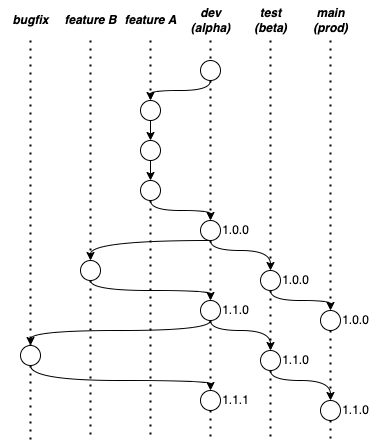
Before: img/tesi-13-branching.drawio.png, a diagram exported from draw.io (paganellif/tesi-paganelli). Source tidied: cells renumbered, new cells last; positions are measured from the earlier drawing's top-left corner, leaving out a move shared by most shapes.
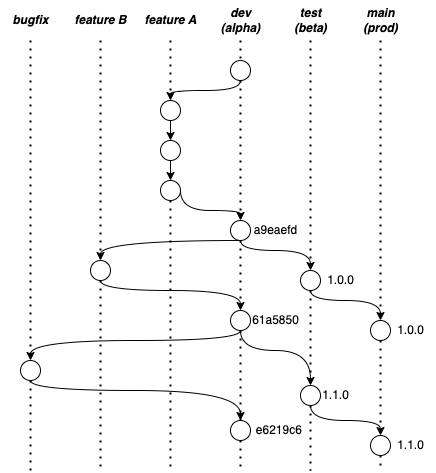
The same diagram one commit later.

What changed in the source:
```diff
@@ -4,7 +4,7 @@
     <mxCell id="1" parent="0" />
     <mxCell id="2" style="endArrow=none;dashed=1;html=1;dashPattern=1 3;strokeWidth=2;rounded=0;startArrow=none;" parent="1" edge="1" source="51">
       <mxGeometry relative="1" as="geometry">
-        <mxPoint x="210" y="440" as="targetPoint" />
+        <mxPoint x="210" y="470" as="targetPoint" />
       </mxGeometry>
     </mxCell>
     <mxCell id="3" value="&lt;b&gt;&lt;i&gt;dev&lt;br&gt;(alpha)&lt;br&gt;&lt;/i&gt;&lt;/b&gt;" style="text;html=1;align=center;verticalAlign=middle;strokeColor=none;fillColor=none;" parent="1" vertex="1">
@@ -12,32 +12,33 @@
     </mxCell>
     <mxCell id="4" style="endArrow=none;dashed=1;html=1;dashPattern=1 3;strokeWidth=2;rounded=0;startArrow=none;" parent="1" edge="1" source="38">
       <mxGeometry relative="1" as="geometry">
-        <mxPoint x="270" y="440" as="targetPoint" />
+        <mxPoint x="280" y="470" as="targetPoint" />
       </mxGeometry>
     </mxCell>
     <mxCell id="5" style="endArrow=none;dashed=1;html=1;dashPattern=1 3;strokeWidth=2;rounded=0;startArrow=none;" parent="1" edge="1" source="53">
       <mxGeometry relative="1" as="geometry">
-        <mxPoint x="330" y="440" as="targetPoint" />
+        <mxPoint x="350" y="470" as="targetPoint" />
       </mxGeometry>
     </mxCell>
     <mxCell id="6" value="&lt;b&gt;&lt;i&gt;test&lt;br&gt;(beta)&lt;br&gt;&lt;/i&gt;&lt;/b&gt;" style="text;html=1;align=center;verticalAlign=middle;strokeColor=none;fillColor=none;" parent="1" vertex="1">
-      <mxGeometry x="240" width="60" height="40" as="geometry" />
+      <mxGeometry x="250" width="60" height="40" as="geometry" />
     </mxCell>
     <mxCell id="7" value="&lt;b&gt;&lt;i&gt;main&lt;br&gt;(prod)&lt;br&gt;&lt;/i&gt;&lt;/b&gt;" style="text;html=1;align=center;verticalAlign=middle;strokeColor=none;fillColor=none;" parent="1" vertex="1">
-      <mxGeometry x="300" width="60" height="40" as="geometry" />
+      <mxGeometry x="320" width="60" height="40" as="geometry" />
     </mxCell>
     <mxCell id="8" style="endArrow=none;dashed=1;html=1;dashPattern=1 3;strokeWidth=2;rounded=0;startArrow=none;" parent="1" edge="1" source="18">
       <mxGeometry relative="1" as="geometry">
-        <mxPoint x="150" y="440" as="targetPoint" />
+        <mxPoint x="140" y="470" as="targetPoint" />
       </mxGeometry>
     </mxCell>
     <mxCell id="9" value="&lt;b&gt;&lt;i&gt;feature A&lt;/i&gt;&lt;/b&gt;" style="text;html=1;align=center;verticalAlign=middle;strokeColor=none;fillColor=none;" parent="1" vertex="1">
-      <mxGeometry x="110" y="5" width="80" height="30" as="geometry" />
+      <mxGeometry x="100" y="5" width="80" height="30" as="geometry" />
     </mxCell>
-    <mxCell id="10" style="edgeStyle=orthogonalEdgeStyle;rounded=0;jettySize=auto;html=1;startArrow=none;startFill=0;curved=1;exitX=0.5;exitY=1;exitDx=0;exitDy=0;" parent="1" edge="1" source="11" target="13">
+    <mxCell id="10" style="edgeStyle=orthogonalEdgeStyle;rounded=0;jettySize=auto;html=1;startArrow=none;startFill=0;curved=1;exitX=0.5;exitY=1;exitDx=0;exitDy=0;entryX=0.5;entryY=0;entryDx=0;entryDy=0;" parent="1" edge="1" source="11" target="13">
       <mxGeometry relative="1" as="geometry">
         <Array as="points">
-          <mxPoint x="150" y="90" />
+          <mxPoint x="210" y="90" />
+          <mxPoint x="140" y="90" />
         </Array>
       </mxGeometry>
     </mxCell>
@@ -50,15 +51,15 @@
       </mxGeometry>
     </mxCell>
     <mxCell id="13" style="ellipse;whiteSpace=wrap;html=1;" parent="1" vertex="1">
-      <mxGeometry x="140" y="100" width="20" height="20" as="geometry" />
+      <mxGeometry x="130" y="100" width="20" height="20" as="geometry" />
     </mxCell>
     <mxCell id="14" style="endArrow=none;dashed=1;html=1;dashPattern=1 3;strokeWidth=2;rounded=0;" parent="1" edge="1" target="13">
       <mxGeometry relative="1" as="geometry">
-        <mxPoint x="150" y="40" as="sourcePoint" />
+        <mxPoint x="140" y="40" as="sourcePoint" />
       </mxGeometry>
     </mxCell>
     <mxCell id="15" style="ellipse;whiteSpace=wrap;html=1;" parent="1" vertex="1">
-      <mxGeometry x="140" y="140" width="20" height="20" as="geometry" />
+      <mxGeometry x="130" y="140" width="20" height="20" as="geometry" />
     </mxCell>
     <mxCell id="16" style="endArrow=classic;html=1;strokeWidth=1;rounded=0;startArrow=none;endFill=1;" parent="1" edge="1" source="13" target="15">
       <mxGeometry relative="1" as="geometry" />
@@ -72,23 +73,23 @@
       </mxGeometry>
     </mxCell>
     <mxCell id="18" style="ellipse;whiteSpace=wrap;html=1;" parent="1" vertex="1">
-      <mxGeometry x="140" y="180" width="20" height="20" as="geometry" />
+      <mxGeometry x="130" y="180" width="20" height="20" as="geometry" />
     </mxCell>
     <mxCell id="19" style="endArrow=classic;html=1;strokeWidth=1;rounded=0;startArrow=none;endFill=1;" parent="1" edge="1" source="15" target="18">
       <mxGeometry relative="1" as="geometry" />
     </mxCell>
-    <mxCell id="20" style="edgeStyle=orthogonalEdgeStyle;curved=1;rounded=0;jettySize=auto;html=1;startArrow=none;startFill=0;endArrow=classic;endFill=1;strokeWidth=1;exitX=0.5;exitY=1;exitDx=0;exitDy=0;" parent="1" edge="1" source="22" target="25">
+    <mxCell id="20" style="edgeStyle=orthogonalEdgeStyle;curved=1;rounded=0;jettySize=auto;html=1;startArrow=none;startFill=0;endArrow=classic;endFill=1;strokeWidth=1;exitX=0.5;exitY=1;exitDx=0;exitDy=0;entryX=0.5;entryY=0;entryDx=0;entryDy=0;" parent="1" edge="1" source="22" target="25">
       <mxGeometry relative="1" as="geometry">
         <Array as="points">
           <mxPoint x="210" y="250" />
-          <mxPoint x="270" y="250" />
+          <mxPoint x="280" y="250" />
         </Array>
       </mxGeometry>
     </mxCell>
-    <mxCell id="21" style="edgeStyle=orthogonalEdgeStyle;curved=1;rounded=0;jettySize=auto;html=1;startArrow=none;startFill=0;endArrow=classic;endFill=1;strokeWidth=1;" parent="1" edge="1" source="22" target="32">
+    <mxCell id="21" style="edgeStyle=orthogonalEdgeStyle;curved=1;rounded=0;jettySize=auto;html=1;startArrow=none;startFill=0;endArrow=classic;endFill=1;strokeWidth=1;entryX=0.5;entryY=0;entryDx=0;entryDy=0;" parent="1" edge="1" source="22" target="32">
       <mxGeometry relative="1" as="geometry">
         <Array as="points">
-          <mxPoint x="90" y="240" />
+          <mxPoint x="70" y="240" />
         </Array>
       </mxGeometry>
     </mxCell>
@@ -98,146 +99,148 @@
     <mxCell id="23" style="endArrow=none;dashed=1;html=1;dashPattern=1 3;strokeWidth=2;rounded=0;startArrow=none;" parent="1" edge="1" source="11" target="22">
       <mxGeometry relative="1" as="geometry" />
     </mxCell>
-    <mxCell id="24" style="edgeStyle=orthogonalEdgeStyle;curved=1;rounded=0;jettySize=auto;html=1;startArrow=none;startFill=0;endArrow=classic;endFill=1;strokeWidth=1;" parent="1" edge="1" source="25" target="27">
+    <mxCell id="24" style="edgeStyle=orthogonalEdgeStyle;curved=1;rounded=0;orthogonalLoop=1;jettySize=auto;html=1;startArrow=none;startFill=0;endArrow=classic;endFill=1;strokeWidth=1;" parent="1" edge="1">
       <mxGeometry relative="1" as="geometry">
+        <mxPoint x="280" y="290" as="sourcePoint" />
+        <mxPoint x="350" y="320" as="targetPoint" />
         <Array as="points">
-          <mxPoint x="270" y="300" />
-          <mxPoint x="330" y="300" />
+          <mxPoint x="280" y="300" />
+          <mxPoint x="350" y="300" />
         </Array>
       </mxGeometry>
     </mxCell>
     <mxCell id="25" style="ellipse;whiteSpace=wrap;html=1;" parent="1" vertex="1">
-      <mxGeometry x="260" y="270" width="20" height="20" as="geometry" />
+      <mxGeometry x="270" y="270" width="20" height="20" as="geometry" />
     </mxCell>
     <mxCell id="26" style="endArrow=none;dashed=1;html=1;dashPattern=1 3;strokeWidth=2;rounded=0;" parent="1" edge="1" target="25">
       <mxGeometry relative="1" as="geometry">
-        <mxPoint x="270" y="40" as="sourcePoint" />
+        <mxPoint x="280" y="40" as="sourcePoint" />
       </mxGeometry>
     </mxCell>
     <mxCell id="27" style="ellipse;whiteSpace=wrap;html=1;" parent="1" vertex="1">
-      <mxGeometry x="320" y="310" width="20" height="20" as="geometry" />
+      <mxGeometry x="340" y="320" width="20" height="20" as="geometry" />
     </mxCell>
     <mxCell id="28" style="endArrow=none;dashed=1;html=1;dashPattern=1 3;strokeWidth=2;rounded=0;" parent="1" edge="1" target="27">
       <mxGeometry relative="1" as="geometry">
-        <mxPoint x="330" y="40" as="sourcePoint" />
+        <mxPoint x="350" y="40" as="sourcePoint" />
       </mxGeometry>
     </mxCell>
     <mxCell id="29" style="endArrow=none;dashed=1;html=1;dashPattern=1 3;strokeWidth=2;rounded=0;startArrow=none;startFill=0;" parent="1" edge="1" source="32">
       <mxGeometry relative="1" as="geometry">
-        <mxPoint x="90" y="440" as="targetPoint" />
+        <mxPoint x="70" y="470" as="targetPoint" />
       </mxGeometry>
     </mxCell>
     <mxCell id="30" value="&lt;b&gt;&lt;i&gt;feature B&lt;/i&gt;&lt;/b&gt;" style="text;html=1;align=center;verticalAlign=middle;strokeColor=none;fillColor=none;" parent="1" vertex="1">
-      <mxGeometry x="50" y="5" width="80" height="30" as="geometry" />
+      <mxGeometry x="30" y="5" width="80" height="30" as="geometry" />
     </mxCell>
-    <mxCell id="31" style="edgeStyle=orthogonalEdgeStyle;curved=1;rounded=0;jettySize=auto;html=1;startArrow=none;startFill=0;endArrow=classic;endFill=1;strokeWidth=1;" parent="1" edge="1" source="32" target="35">
+    <mxCell id="31" style="edgeStyle=orthogonalEdgeStyle;curved=1;rounded=0;jettySize=auto;html=1;startArrow=none;startFill=0;endArrow=classic;endFill=1;strokeWidth=1;exitX=0.5;exitY=1;exitDx=0;exitDy=0;" parent="1" edge="1" source="32" target="35">
       <mxGeometry relative="1" as="geometry">
         <Array as="points">
-          <mxPoint x="90" y="290" />
+          <mxPoint x="70" y="290" />
           <mxPoint x="210" y="290" />
         </Array>
       </mxGeometry>
     </mxCell>
     <mxCell id="32" style="ellipse;whiteSpace=wrap;html=1;" parent="1" vertex="1">
-      <mxGeometry x="80" y="260" width="20" height="20" as="geometry" />
+      <mxGeometry x="60" y="260" width="20" height="20" as="geometry" />
     </mxCell>
     <mxCell id="33" style="endArrow=none;dashed=1;html=1;dashPattern=1 3;strokeWidth=2;rounded=0;" parent="1" edge="1" target="32">
       <mxGeometry relative="1" as="geometry">
-        <mxPoint x="90" y="40" as="sourcePoint" />
+        <mxPoint x="70" y="40" as="sourcePoint" />
       </mxGeometry>
     </mxCell>
-    <mxCell id="34" style="edgeStyle=orthogonalEdgeStyle;curved=1;rounded=0;jettySize=auto;html=1;startArrow=none;startFill=0;endArrow=classic;endFill=1;strokeWidth=1;" parent="1" edge="1" source="35" target="38">
+    <mxCell id="34" style="edgeStyle=orthogonalEdgeStyle;curved=1;rounded=0;jettySize=auto;html=1;startArrow=none;startFill=0;endArrow=classic;endFill=1;strokeWidth=1;entryX=0.5;entryY=0;entryDx=0;entryDy=0;" parent="1" edge="1" source="35" target="38">
       <mxGeometry relative="1" as="geometry">
         <Array as="points">
-          <mxPoint x="210" y="330" />
-          <mxPoint x="270" y="330" />
+          <mxPoint x="210" y="350" />
+          <mxPoint x="280" y="350" />
         </Array>
       </mxGeometry>
     </mxCell>
     <mxCell id="35" style="ellipse;whiteSpace=wrap;html=1;" parent="1" vertex="1">
-      <mxGeometry x="200" y="300" width="20" height="20" as="geometry" />
+      <mxGeometry x="200" y="310" width="20" height="20" as="geometry" />
     </mxCell>
     <mxCell id="36" style="endArrow=none;dashed=1;html=1;dashPattern=1 3;strokeWidth=2;rounded=0;startArrow=none;" parent="1" edge="1" source="22" target="35">
       <mxGeometry relative="1" as="geometry" />
     </mxCell>
-    <mxCell id="37" style="edgeStyle=orthogonalEdgeStyle;curved=1;rounded=0;jettySize=auto;html=1;exitX=0.5;exitY=1;exitDx=0;exitDy=0;" parent="1" edge="1" source="38" target="53">
+    <mxCell id="37" style="edgeStyle=orthogonalEdgeStyle;curved=1;rounded=0;jettySize=auto;html=1;exitX=0.5;exitY=1;exitDx=0;exitDy=0;entryX=0.5;entryY=0;entryDx=0;entryDy=0;" parent="1" edge="1" source="38" target="53">
       <mxGeometry relative="1" as="geometry">
         <Array as="points">
-          <mxPoint x="270" y="380" />
-          <mxPoint x="330" y="380" />
+          <mxPoint x="280" y="420" />
+          <mxPoint x="350" y="420" />
         </Array>
       </mxGeometry>
     </mxCell>
     <mxCell id="38" style="ellipse;whiteSpace=wrap;html=1;" parent="1" vertex="1">
-      <mxGeometry x="260" y="350" width="20" height="20" as="geometry" />
+      <mxGeometry x="270" y="385" width="20" height="20" as="geometry" />
     </mxCell>
     <mxCell id="39" style="endArrow=none;dashed=1;html=1;dashPattern=1 3;strokeWidth=2;rounded=0;startArrow=none;" parent="1" edge="1" source="25" target="38">
       <mxGeometry relative="1" as="geometry" />
     </mxCell>
-    <mxCell id="40" value="1.0.0" style="text;html=1;align=center;verticalAlign=middle;strokeColor=none;fillColor=none;" parent="1" vertex="1">
-      <mxGeometry x="210" y="215" width="50" height="30" as="geometry" />
+    <mxCell id="40" value="a9eaefd" style="text;html=1;align=center;verticalAlign=middle;strokeColor=none;fillColor=none;" parent="1" vertex="1">
+      <mxGeometry x="210" y="215" width="70" height="30" as="geometry" />
     </mxCell>
     <mxCell id="41" value="1.0.0" style="text;html=1;align=center;verticalAlign=middle;strokeColor=none;fillColor=none;" parent="1" vertex="1">
-      <mxGeometry x="270" y="265" width="50" height="30" as="geometry" />
+      <mxGeometry x="285" y="265" width="50" height="30" as="geometry" />
     </mxCell>
     <mxCell id="42" value="1.0.0" style="text;html=1;align=center;verticalAlign=middle;strokeColor=none;fillColor=none;" parent="1" vertex="1">
-      <mxGeometry x="330" y="305" width="50" height="30" as="geometry" />
+      <mxGeometry x="355" y="315" width="50" height="30" as="geometry" />
     </mxCell>
     <mxCell id="43" style="edgeStyle=orthogonalEdgeStyle;rounded=0;jettySize=auto;html=1;entryX=0.5;entryY=0;entryDx=0;entryDy=0;curved=1;exitX=0.5;exitY=1;exitDx=0;exitDy=0;" parent="1" edge="1" source="35" target="48">
       <mxGeometry relative="1" as="geometry">
         <Array as="points">
-          <mxPoint x="210" y="330" />
-          <mxPoint x="30" y="330" />
+          <mxPoint x="210" y="340" />
+          <mxPoint y="340" />
         </Array>
       </mxGeometry>
     </mxCell>
-    <mxCell id="44" value="1.1.0" style="text;html=1;align=center;verticalAlign=middle;strokeColor=none;fillColor=none;" parent="1" vertex="1">
-      <mxGeometry x="210" y="295" width="50" height="30" as="geometry" />
-    </mxCell>
     <mxCell id="45" value="1.1.0" style="text;html=1;align=center;verticalAlign=middle;strokeColor=none;fillColor=none;" parent="1" vertex="1">
-      <mxGeometry x="270" y="345" width="50" height="30" as="geometry" />
+      <mxGeometry x="355" y="430" width="50" height="30" as="geometry" />
     </mxCell>
     <mxCell id="46" style="endArrow=none;dashed=1;html=1;dashPattern=1 3;strokeWidth=2;rounded=0;startArrow=none;" parent="1" edge="1" source="48">
       <mxGeometry relative="1" as="geometry">
-        <mxPoint x="30" y="440" as="targetPoint" />
+        <mxPoint y="470" as="targetPoint" />
       </mxGeometry>
     </mxCell>
-    <mxCell id="47" style="edgeStyle=orthogonalEdgeStyle;curved=1;rounded=0;jettySize=auto;html=1;" parent="1" edge="1" source="48" target="51">
+    <mxCell id="47" style="edgeStyle=orthogonalEdgeStyle;curved=1;rounded=0;jettySize=auto;html=1;exitX=0.5;exitY=1;exitDx=0;exitDy=0;" parent="1" edge="1" source="48" target="51">
       <mxGeometry relative="1" as="geometry">
         <Array as="points">
-          <mxPoint x="30" y="380" />
-          <mxPoint x="210" y="380" />
+          <mxPoint y="390" />
+          <mxPoint x="210" y="390" />
         </Array>
       </mxGeometry>
     </mxCell>
     <mxCell id="48" style="ellipse;whiteSpace=wrap;html=1;" parent="1" vertex="1">
-      <mxGeometry x="20" y="345" width="20" height="20" as="geometry" />
+      <mxGeometry x="-10" y="360" width="20" height="20" as="geometry" />
     </mxCell>
     <mxCell id="49" style="endArrow=none;dashed=1;html=1;dashPattern=1 3;strokeWidth=2;rounded=0;" parent="1" edge="1" target="48">
       <mxGeometry relative="1" as="geometry">
-        <mxPoint x="30" y="40" as="sourcePoint" />
+        <mxPoint y="40" as="sourcePoint" />
       </mxGeometry>
     </mxCell>
     <mxCell id="50" value="&lt;b&gt;&lt;i&gt;bugfix&lt;/i&gt;&lt;/b&gt;" style="text;html=1;align=center;verticalAlign=middle;strokeColor=none;fillColor=none;" parent="1" vertex="1">
-      <mxGeometry y="5" width="60" height="30" as="geometry" />
+      <mxGeometry x="-30" y="5" width="60" height="30" as="geometry" />
     </mxCell>
     <mxCell id="51" style="ellipse;whiteSpace=wrap;html=1;" parent="1" vertex="1">
-      <mxGeometry x="200" y="390" width="20" height="20" as="geometry" />
+      <mxGeometry x="200" y="420" width="20" height="20" as="geometry" />
     </mxCell>
     <mxCell id="52" style="endArrow=none;dashed=1;html=1;dashPattern=1 3;strokeWidth=2;rounded=0;startArrow=none;" parent="1" edge="1" source="35" target="51">
       <mxGeometry relative="1" as="geometry" />
     </mxCell>
     <mxCell id="53" style="ellipse;whiteSpace=wrap;html=1;" parent="1" vertex="1">
-      <mxGeometry x="320" y="400" width="20" height="20" as="geometry" />
+      <mxGeometry x="340" y="435" width="20" height="20" as="geometry" />
     </mxCell>
     <mxCell id="54" style="endArrow=none;dashed=1;html=1;dashPattern=1 3;strokeWidth=2;rounded=0;startArrow=none;" parent="1" edge="1" source="27" target="53">
       <mxGeometry relative="1" as="geometry" />
     </mxCell>
     <mxCell id="55" value="1.1.0" style="text;html=1;align=center;verticalAlign=middle;strokeColor=none;fillColor=none;" parent="1" vertex="1">
-      <mxGeometry x="330" y="395" width="50" height="30" as="geometry" />
+      <mxGeometry x="280" y="380" width="50" height="30" as="geometry" />
     </mxCell>
-    <mxCell id="56" value="1.1.1" style="text;html=1;align=center;verticalAlign=middle;strokeColor=none;fillColor=none;" parent="1" vertex="1">
-      <mxGeometry x="210" y="385" width="50" height="30" as="geometry" />
-    </mxCell>
+    <mxCell id="57" value="61a5850" style="text;html=1;align=center;verticalAlign=middle;strokeColor=none;fillColor=none;" parent="1" vertex="1">
+      <mxGeometry x="210" y="305" width="70" height="30" as="geometry" />
+    </mxCell>
+    <mxCell id="58" value="e6219c6&amp;nbsp;" style="text;html=1;align=center;verticalAlign=middle;strokeColor=none;fillColor=none;" parent="1" vertex="1">
+      <mxGeometry x="215" y="415" width="70" height="30" as="geometry" />
+    </mxCell>
   </root>
 </mxGraphModel>
```
